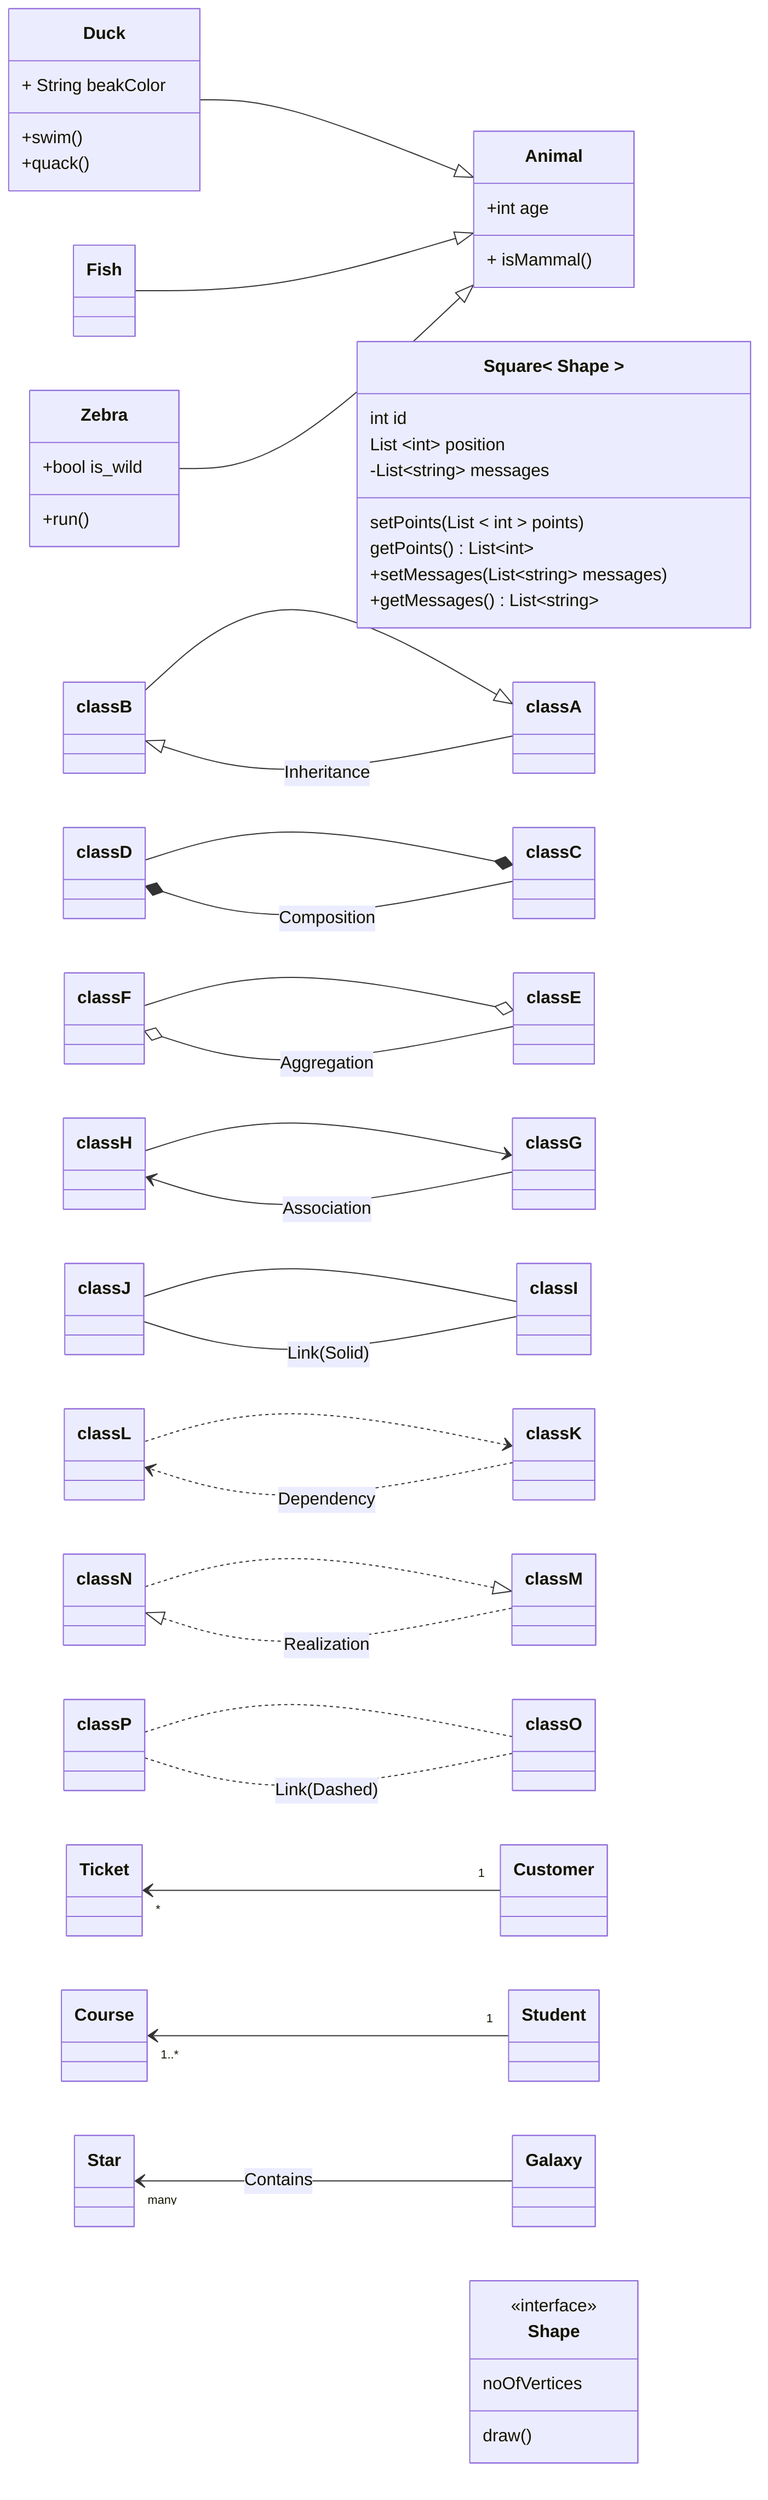
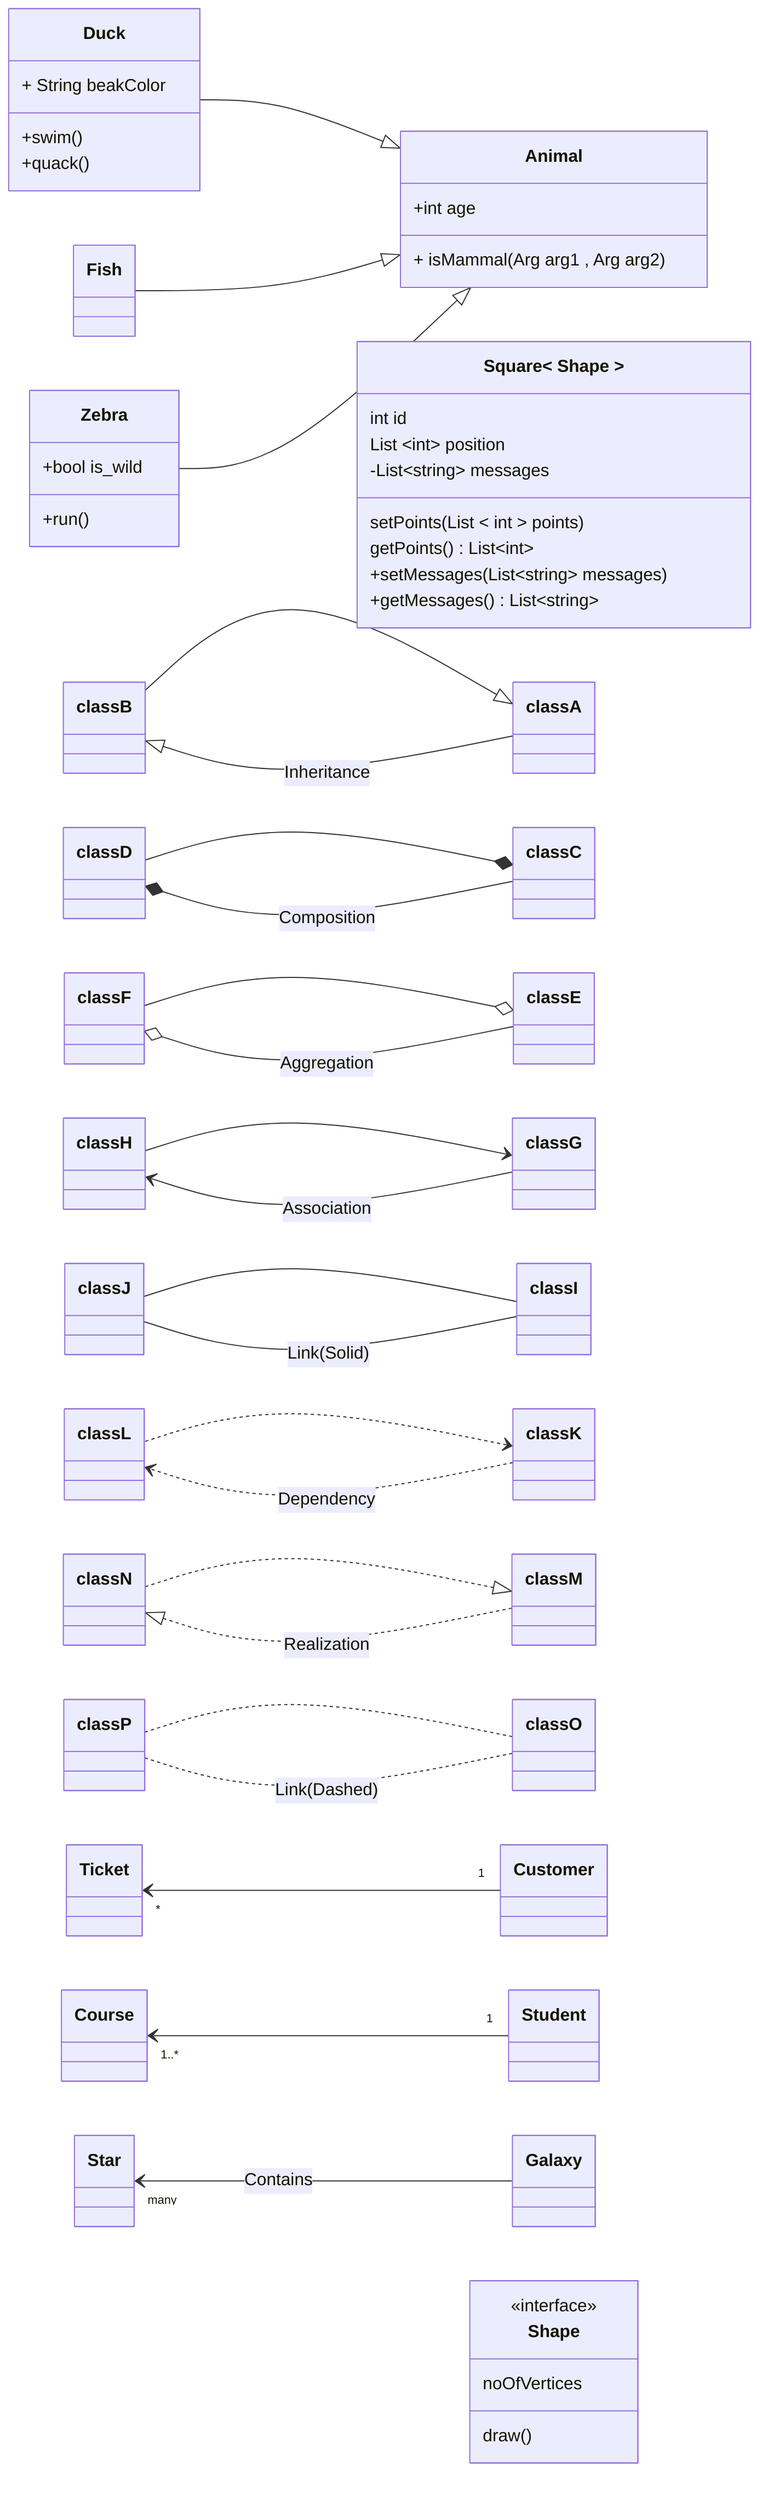
classDiagram
direction   RL
class   Animal
    Animal<|--Duck
    Animal <|-- Fish
    Animal   <|--    Zebra
    Animal : +int age
-     Animal: + isMammal ()
+     Animal: + isMammal (  Arg   arg1   ,    Arg arg2)
    class   Duck{
        + String   beakColor
        +swim  ()
        +quack()
    }
	    class Zebra   {
	        +bool  is_wild
	        +run()
	    }

	    class Square ~  Shape  ~   {
          int id
          List ~int~    position
          setPoints(List ~ int  ~    points)
          getPoints() List~int~
      }

      Square : -List~string~ messages
      Square: +setMessages(List~string~ messages)
      Square : +getMessages() List~string~

classA   <|-- classB
classC *--classD
classE o-- classF
classG <--    classH
classI -- classJ
classK   <..   classL
classM <|.. classN
classO    ..    classP

classA --|> classB : Inheritance
classC --* classD : Composition
classE --o classF : Aggregation
classG --> classH : Association
classI -- classJ : Link(Solid)
classK ..> classL : Dependency
classM ..|> classN : Realization
classO .. classP : Link(Dashed)

Customer   "1" --> "*" Ticket
    Student "1" --> "1..*" Course
    Galaxy   --> "many" Star : Contains

    class Shape
    << interface   >> Shape
    class Shape{
        <<interface>>
        noOfVertices
        draw()
    }

    click className call callback() "tooltip"
    click className href "url" "tooltip"